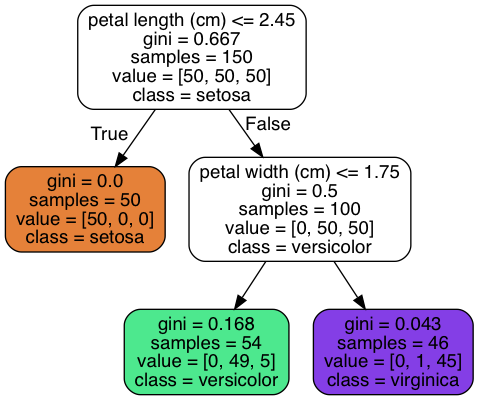
This is week6_sol/Lecture16/Lecture16_Images/iris_tree.png from glukicov/UCL_ML_BigData, a Graphviz export, as it was before one commit. Its source is kept beside it as week6_sol/Lecture16/Lecture16_Images/iris_tree.dot. The source it was exported from:
```dot
digraph Tree {
node [shape=box, style="filled, rounded", color="black", fontname=helvetica] ;
edge [fontname=helvetica] ;
0 [label="petal length (cm) <= 2.45\ngini = 0.667\nsamples = 150\nvalue = [50, 50, 50]\nclass = setosa", fillcolor="#e5813900"] ;
1 [label="gini = 0.0\nsamples = 50\nvalue = [50, 0, 0]\nclass = setosa", fillcolor="#e58139ff"] ;
0 -> 1 [labeldistance=2.5, labelangle=45, headlabel="True"] ;
2 [label="petal width (cm) <= 1.75\ngini = 0.5\nsamples = 100\nvalue = [0, 50, 50]\nclass = versicolor", fillcolor="#39e58100"] ;
0 -> 2 [labeldistance=2.5, labelangle=-45, headlabel="False"] ;
3 [label="gini = 0.168\nsamples = 54\nvalue = [0, 49, 5]\nclass = versicolor", fillcolor="#39e581e5"] ;
2 -> 3 ;
4 [label="gini = 0.043\nsamples = 46\nvalue = [0, 1, 45]\nclass = virginica", fillcolor="#8139e5f9"] ;
2 -> 4 ;
}
```
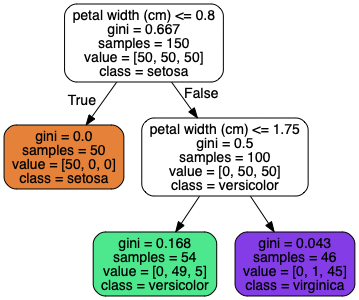
Later version of the same file.

Change to the diagram source:
```diff
@@ -1,13 +1,13 @@
 digraph Tree {
 node [shape=box, style="filled, rounded", color="black", fontname=helvetica] ;
 edge [fontname=helvetica] ;
-0 [label="petal length (cm) <= 2.45\ngini = 0.667\nsamples = 150\nvalue = [50, 50, 50]\nclass = setosa", fillcolor="#e5813900"] ;
-1 [label="gini = 0.0\nsamples = 50\nvalue = [50, 0, 0]\nclass = setosa", fillcolor="#e58139ff"] ;
+0 [label="petal width (cm) <= 0.8\ngini = 0.667\nsamples = 150\nvalue = [50, 50, 50]\nclass = setosa", fillcolor="#ffffff"] ;
+1 [label="gini = 0.0\nsamples = 50\nvalue = [50, 0, 0]\nclass = setosa", fillcolor="#e58139"] ;
 0 -> 1 [labeldistance=2.5, labelangle=45, headlabel="True"] ;
-2 [label="petal width (cm) <= 1.75\ngini = 0.5\nsamples = 100\nvalue = [0, 50, 50]\nclass = versicolor", fillcolor="#39e58100"] ;
+2 [label="petal width (cm) <= 1.75\ngini = 0.5\nsamples = 100\nvalue = [0, 50, 50]\nclass = versicolor", fillcolor="#ffffff"] ;
 0 -> 2 [labeldistance=2.5, labelangle=-45, headlabel="False"] ;
-3 [label="gini = 0.168\nsamples = 54\nvalue = [0, 49, 5]\nclass = versicolor", fillcolor="#39e581e5"] ;
+3 [label="gini = 0.168\nsamples = 54\nvalue = [0, 49, 5]\nclass = versicolor", fillcolor="#4de88e"] ;
 2 -> 3 ;
-4 [label="gini = 0.043\nsamples = 46\nvalue = [0, 1, 45]\nclass = virginica", fillcolor="#8139e5f9"] ;
+4 [label="gini = 0.043\nsamples = 46\nvalue = [0, 1, 45]\nclass = virginica", fillcolor="#843de6"] ;
 2 -> 4 ;
 }
```
